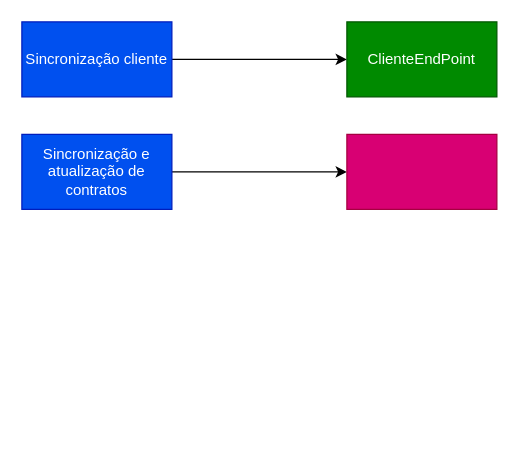
sigespweb22/boxapp-api keeps this draw.io diagram as docs/draws/Diagrama sem nome.drawio. Above is the earlier version. Source tidied: cells renumbered, new cells numbered last; positions are measured from the earlier drawing's top-left corner, leaving out a move shared by most shapes. Both pictures are drawn from the tidied source at 125%, with x=0, y=0 at pixel (21, 21).
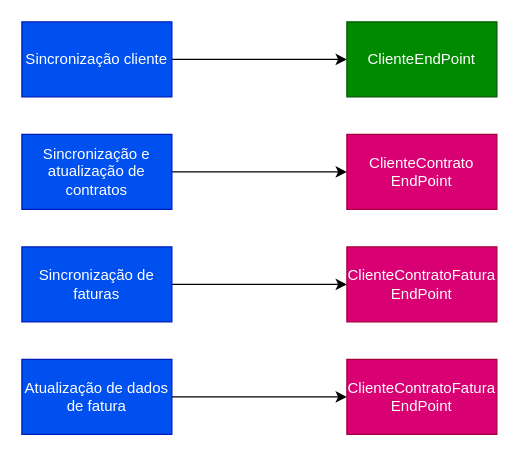
The same diagram, later.

Diff of the diagram source:
```diff
@@
 <mxGraphModel>
   <root>
     <mxCell id="0" />
     <mxCell id="1" parent="0" />
     <mxCell id="2" style="edgeStyle=orthogonalEdgeStyle;rounded=0;jettySize=auto;html=1;" parent="1" edge="1" source="3" target="4">
       <mxGeometry relative="1" as="geometry" />
     </mxCell>
     <mxCell id="3" value="Sincronização cliente" style="rounded=0;whiteSpace=wrap;html=1;fillColor=#0050ef;fontColor=#ffffff;strokeColor=#001DBC;" parent="1" vertex="1">
       <mxGeometry width="120" height="60" as="geometry" />
     </mxCell>
     <mxCell id="4" value="ClienteEndPoint" style="rounded=0;whiteSpace=wrap;html=1;fillColor=#008a00;fontColor=#ffffff;strokeColor=#005700;" parent="1" vertex="1">
       <mxGeometry x="260" width="120" height="60" as="geometry" />
     </mxCell>
     <mxCell id="5" style="edgeStyle=orthogonalEdgeStyle;rounded=0;jettySize=auto;html=1;" parent="1" edge="1" source="6" target="7">
       <mxGeometry relative="1" as="geometry" />
     </mxCell>
     <mxCell id="6" value="Sincronização e atualização de contratos" style="rounded=0;whiteSpace=wrap;html=1;fillColor=#0050ef;fontColor=#ffffff;strokeColor=#001DBC;" parent="1" vertex="1">
       <mxGeometry y="90" width="120" height="60" as="geometry" />
     </mxCell>
-    <mxCell id="7" style="whiteSpace=wrap;html=1;fillColor=#d80073;strokeColor=#A50040;fontColor=#ffffff;rounded=0;" parent="1" vertex="1">
+    <mxCell id="7" value="ClienteContrato&lt;br&gt;EndPoint" style="whiteSpace=wrap;html=1;fillColor=#d80073;strokeColor=#A50040;fontColor=#ffffff;rounded=0;" parent="1" vertex="1">
       <mxGeometry x="260" y="90" width="120" height="60" as="geometry" />
     </mxCell>
+    <mxCell id="8" style="edgeStyle=orthogonalEdgeStyle;rounded=0;jettySize=auto;html=1;" parent="1" edge="1" source="9" target="10">
+      <mxGeometry relative="1" as="geometry" />
+    </mxCell>
+    <mxCell id="9" value="Sincronização de faturas" style="rounded=0;whiteSpace=wrap;html=1;fillColor=#0050ef;fontColor=#ffffff;strokeColor=#001DBC;" parent="1" vertex="1">
+      <mxGeometry y="180" width="120" height="60" as="geometry" />
+    </mxCell>
+    <mxCell id="10" value="ClienteContratoFatura&lt;br&gt;EndPoint" style="whiteSpace=wrap;html=1;fillColor=#d80073;strokeColor=#A50040;fontColor=#ffffff;rounded=0;" parent="1" vertex="1">
+      <mxGeometry x="260" y="180" width="120" height="60" as="geometry" />
+    </mxCell>
+    <mxCell id="11" style="edgeStyle=orthogonalEdgeStyle;rounded=0;jettySize=auto;html=1;" parent="1" edge="1" source="12" target="13">
+      <mxGeometry relative="1" as="geometry" />
+    </mxCell>
+    <mxCell id="12" value="Atualização de dados de fatura" style="rounded=0;whiteSpace=wrap;html=1;fillColor=#0050ef;fontColor=#ffffff;strokeColor=#001DBC;" parent="1" vertex="1">
+      <mxGeometry y="270" width="120" height="60" as="geometry" />
+    </mxCell>
+    <mxCell id="13" value="ClienteContratoFatura&lt;br&gt;EndPoint" style="whiteSpace=wrap;html=1;fillColor=#d80073;strokeColor=#A50040;fontColor=#ffffff;rounded=0;" parent="1" vertex="1">
+      <mxGeometry x="260" y="270" width="120" height="60" as="geometry" />
+    </mxCell>
   </root>
 </mxGraphModel>
```
